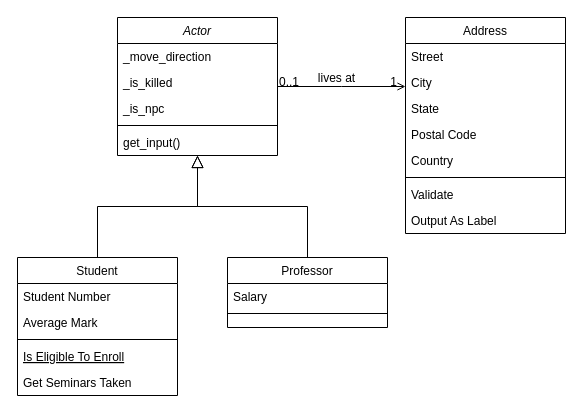
andaren/draw.io keeps this draw.io diagram as Player.drawio. Above is the earlier version. Source tidied: cells renumbered, new cells numbered last; positions are measured from the earlier drawing's top-left corner, leaving out a move shared by most shapes. Both pictures are drawn from the tidied source at 100%, with x=0, y=0 at pixel (17, 17).
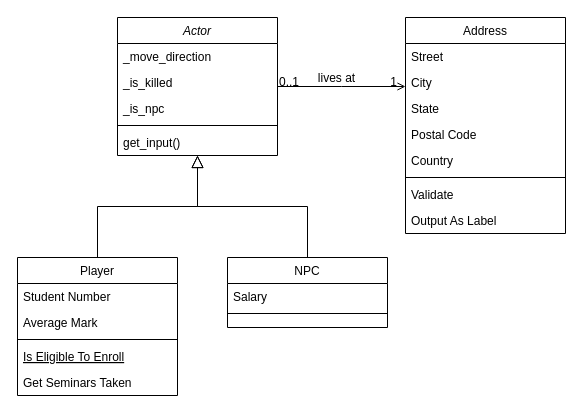
Above is the later version.

What changed in the source:
```diff
@@
-    <mxCell id="8" value="Student" style="swimlane;fontStyle=0;align=center;verticalAlign=top;horizontal=1;startSize=26;rounded=0;shadow=0;strokeWidth=1;" parent="1" vertex="1">
+    <mxCell id="8" value="Player" style="swimlane;fontStyle=0;align=center;verticalAlign=top;horizontal=1;startSize=26;rounded=0;shadow=0;strokeWidth=1;" parent="1" vertex="1">
       <mxGeometry y="240" width="160" height="138" as="geometry" />
     </mxCell>
@@
-    <mxCell id="15" value="Professor" style="swimlane;fontStyle=0;align=center;verticalAlign=top;horizontal=1;startSize=26;rounded=0;shadow=0;strokeWidth=1;" parent="1" vertex="1">
+    <mxCell id="15" value="NPC" style="swimlane;fontStyle=0;align=center;verticalAlign=top;horizontal=1;startSize=26;rounded=0;shadow=0;strokeWidth=1;" parent="1" vertex="1">
       <mxGeometry x="210" y="240" width="160" height="70" as="geometry" />
     </mxCell>
```
